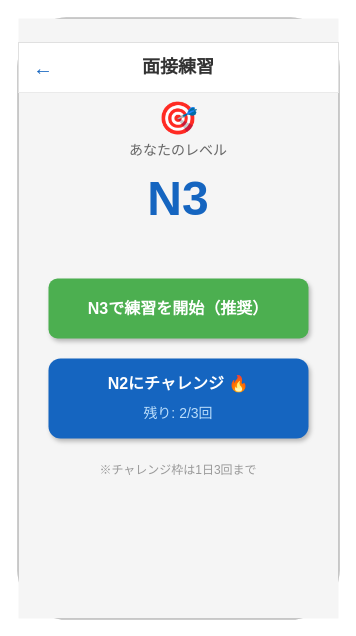
Earlier version of the draw.io diagram docs/images/画面設計書_2.3_チャレンジ選択.drawio (yoshidasendai115/ai-interview). Source tidied: cells renumbered, new cells numbered last; positions are measured from the earlier drawing's top-left corner, leaving out a move shared by most shapes. Both pictures are drawn from the tidied source at 100%, with x=0, y=0 at pixel (18, 18).
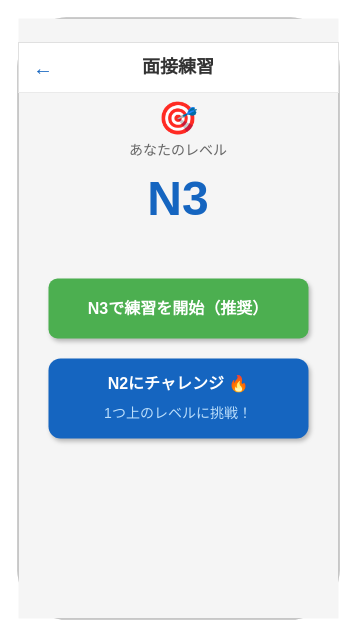
The same page after the edit.

What changed in the source:
```diff
@@
 <mxGraphModel>
   <root>
     <mxCell id="0" />
     <mxCell id="1" parent="0" />
     <mxCell id="2" style="rounded=1;whiteSpace=wrap;html=1;strokeColor=#999999;strokeWidth=2;fillColor=#FFFFFF;" parent="1" vertex="1">
       <mxGeometry width="320" height="600" as="geometry" />
     </mxCell>
     <mxCell id="3" style="rounded=0;whiteSpace=wrap;html=1;fillColor=#F5F5F5;strokeColor=none;" parent="1" vertex="1">
       <mxGeometry width="320" height="24" as="geometry" />
     </mxCell>
     <mxCell id="4" style="rounded=0;whiteSpace=wrap;html=1;fillColor=#FFFFFF;strokeColor=#E0E0E0;strokeWidth=1;" parent="1" vertex="1">
       <mxGeometry y="24" width="320" height="50" as="geometry" />
     </mxCell>
     <mxCell id="5" value="←" style="text;html=1;strokeColor=none;fillColor=none;align=center;verticalAlign=middle;whiteSpace=wrap;rounded=0;fontSize=20;fontColor=#1565C0;" parent="1" vertex="1">
       <mxGeometry x="10" y="34" width="30" height="30" as="geometry" />
     </mxCell>
     <mxCell id="6" value="面接練習" style="text;html=1;strokeColor=none;fillColor=none;align=center;verticalAlign=middle;whiteSpace=wrap;rounded=0;fontSize=18;fontStyle=1;fontColor=#333333;" parent="1" vertex="1">
       <mxGeometry x="80" y="34" width="160" height="30" as="geometry" />
     </mxCell>
     <mxCell id="7" style="rounded=0;whiteSpace=wrap;html=1;fillColor=#F5F5F5;strokeColor=none;" parent="1" vertex="1">
       <mxGeometry y="74" width="320" height="526" as="geometry" />
     </mxCell>
     <mxCell id="8" value="あなたのレベル" style="text;html=1;strokeColor=none;fillColor=none;align=center;verticalAlign=middle;whiteSpace=wrap;rounded=0;fontSize=14;fontColor=#666666;" parent="1" vertex="1">
       <mxGeometry x="60" y="120" width="200" height="24" as="geometry" />
     </mxCell>
     <mxCell id="9" value="N3" style="text;html=1;strokeColor=none;fillColor=none;align=center;verticalAlign=middle;whiteSpace=wrap;rounded=0;fontSize=48;fontStyle=1;fontColor=#1565C0;" parent="1" vertex="1">
       <mxGeometry x="100" y="150" width="120" height="60" as="geometry" />
     </mxCell>
     <mxCell id="10" style="rounded=1;whiteSpace=wrap;html=1;fillColor=#4CAF50;strokeColor=none;shadow=1;" parent="1" vertex="1">
       <mxGeometry x="30" y="260" width="260" height="60" as="geometry" />
     </mxCell>
     <mxCell id="11" value="N3で練習を開始（推奨）" style="text;html=1;strokeColor=none;fillColor=none;align=center;verticalAlign=middle;whiteSpace=wrap;rounded=0;fontSize=16;fontStyle=1;fontColor=#FFFFFF;" parent="1" vertex="1">
       <mxGeometry x="30" y="270" width="260" height="40" as="geometry" />
     </mxCell>
     <mxCell id="12" style="rounded=1;whiteSpace=wrap;html=1;fillColor=#1565C0;strokeColor=none;shadow=1;" parent="1" vertex="1">
       <mxGeometry x="30" y="340" width="260" height="80" as="geometry" />
     </mxCell>
     <mxCell id="13" value="N2にチャレンジ 🔥" style="text;html=1;strokeColor=none;fillColor=none;align=center;verticalAlign=middle;whiteSpace=wrap;rounded=0;fontSize=16;fontStyle=1;fontColor=#FFFFFF;" parent="1" vertex="1">
       <mxGeometry x="30" y="350" width="260" height="30" as="geometry" />
     </mxCell>
-    <mxCell id="14" value="残り: 2/3回" style="text;html=1;strokeColor=none;fillColor=none;align=center;verticalAlign=middle;whiteSpace=wrap;rounded=0;fontSize=14;fontColor=#BBDEFB;" parent="1" vertex="1">
+    <mxCell id="14" value="1つ上のレベルに挑戦！" style="text;html=1;strokeColor=none;fillColor=none;align=center;verticalAlign=middle;whiteSpace=wrap;rounded=0;fontSize=14;fontColor=#BBDEFB;" parent="1" vertex="1">
       <mxGeometry x="30" y="380" width="260" height="30" as="geometry" />
     </mxCell>
-    <mxCell id="15" value="※チャレンジ枠は1日3回まで" style="text;html=1;strokeColor=none;fillColor=none;align=center;verticalAlign=middle;whiteSpace=wrap;rounded=0;fontSize=12;fontColor=#999999;" parent="1" vertex="1">
-      <mxGeometry x="60" y="440" width="200" height="24" as="geometry" />
-    </mxCell>
     <mxCell id="16" value="🎯" style="text;html=1;strokeColor=none;fillColor=none;align=center;verticalAlign=middle;whiteSpace=wrap;rounded=0;fontSize=32;" parent="1" vertex="1">
       <mxGeometry x="135" y="80" width="50" height="40" as="geometry" />
     </mxCell>
   </root>
 </mxGraphModel>
```
